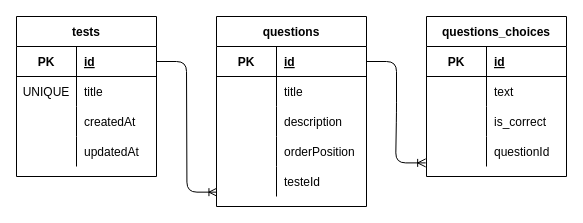
Earlier version of the draw.io diagram docs/school-tests.drawio (devBruna/challenge-gamaacademy). Source tidied: cells renumbered, new cells numbered last; positions are measured from the earlier drawing's top-left corner, leaving out a move shared by most shapes. Both pictures are drawn from the tidied source at 100%, with x=0, y=0 at pixel (16, 16).
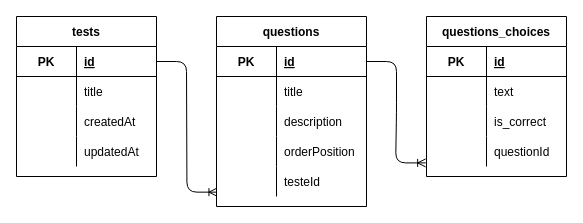
After the change.

The change refers to these unchanged cells:
```xml
<mxCell id="6" style="shape=partialRectangle;fillColor=none;top=0;left=0;bottom=0;right=0;" parent="2" vertex="1">
  <mxGeometry y="60" width="140" height="30" as="geometry" />
</mxCell>
```

What changed in the source:
```diff
@@
-    <mxCell id="7" value="UNIQUE" style="shape=partialRectangle;fillColor=none;top=0;left=0;bottom=0;right=0;overflow=hidden;" parent="6" vertex="1">
+    <mxCell id="7" style="shape=partialRectangle;fillColor=none;top=0;left=0;bottom=0;right=0;overflow=hidden;" parent="6" vertex="1">
       <mxGeometry width="60" height="30" as="geometry" />
     </mxCell>
```
